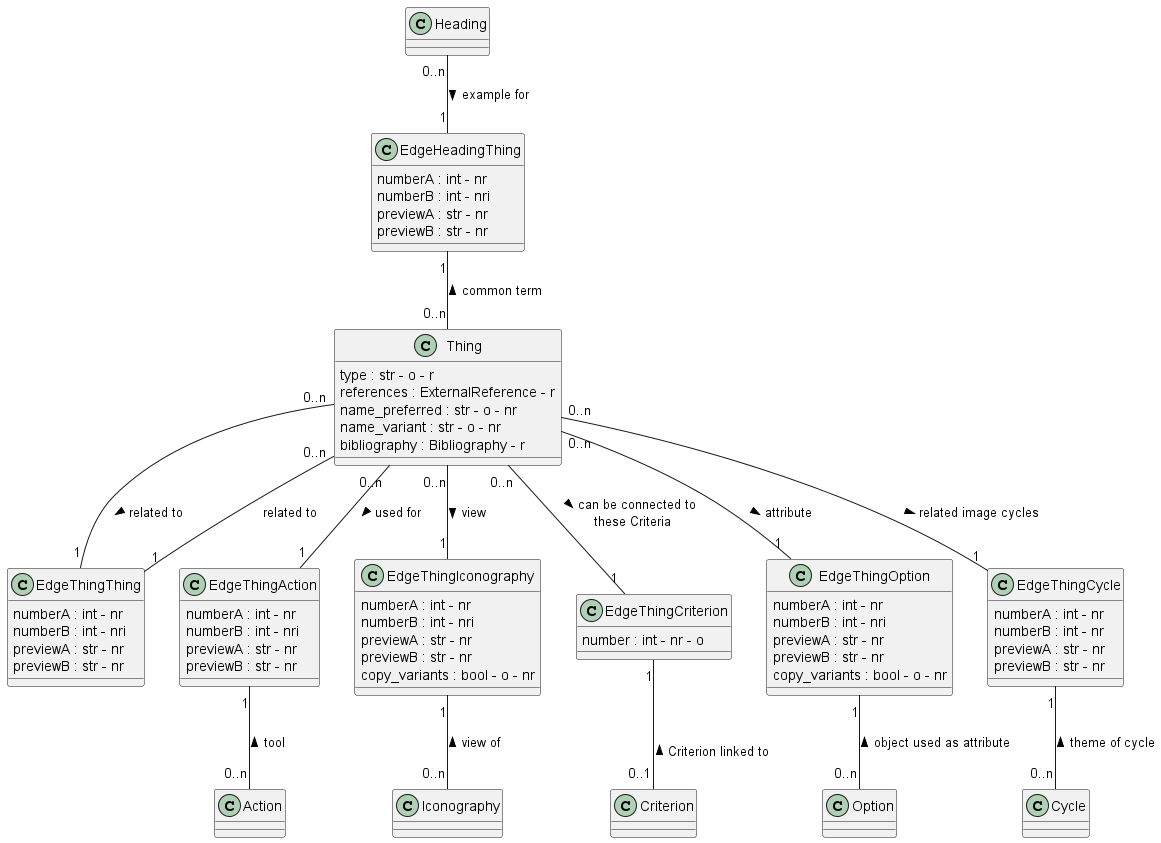
Earlier version of the PlantUML export documentation/class_diagrams/Thing.png (tmasch/bpf_be).
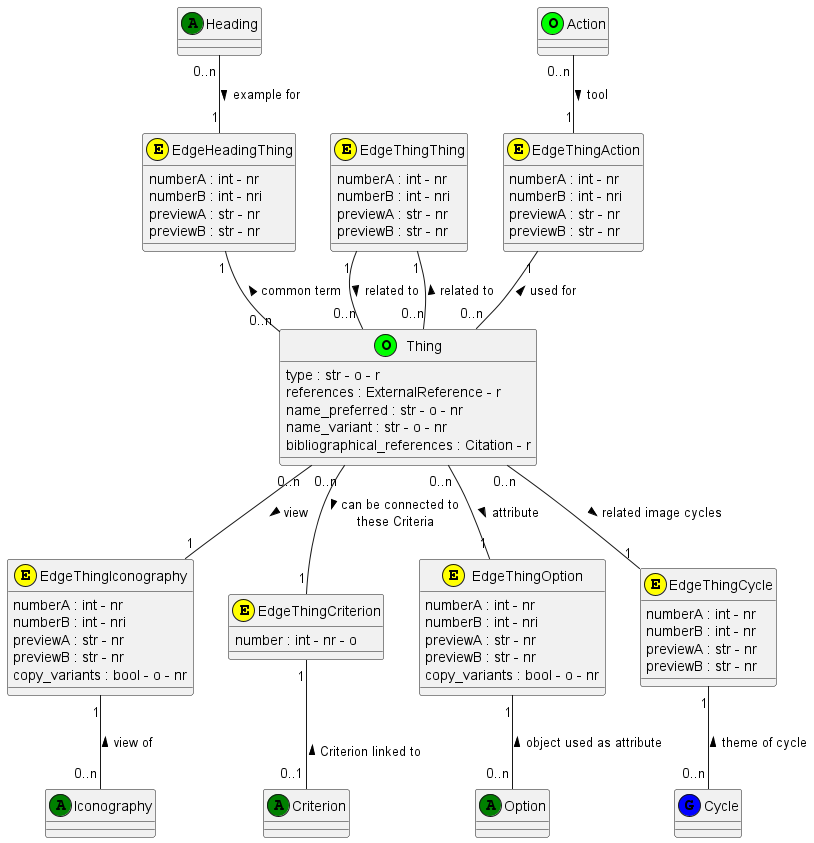
Above is the later version.

Diff of the diagram source:
```diff
@@ -1,61 +1,61 @@
 @startuml Thing
 
-class Thing
+class Thing <<(O,lime)>>
 Thing : type : str - o - r
 Thing : references : ExternalReference - r
 Thing : name_preferred : str - o - nr
 Thing : name_variant : str - o - nr
-Thing : bibliography : Bibliography - r
+Thing : bibliographical_references : Citation - r
 
-class Action
+class Action <<(O,lime)>>
 
-class Heading
+class Heading <<(A,green)>>
 
-class Iconography
+class Iconography <<(A,green)>>
 
-class Criterion
+class Criterion <<(A,green)>>
 
-class Option
+class Option <<(A,green)>>
 
-class Cycle
+class Cycle <<(G,blue)>>
 
-class EdgeHeadingThing
+class EdgeHeadingThing <<(E,yellow)>>
 EdgeHeadingThing : numberA : int - nr
 EdgeHeadingThing : numberB : int - nri
 EdgeHeadingThing : previewA : str - nr
 EdgeHeadingThing : previewB : str - nr
 
-class EdgeThingThing
+class EdgeThingThing <<(E,yellow)>>
 EdgeThingThing : numberA : int - nr
 EdgeThingThing : numberB : int - nri
 EdgeThingThing : previewA : str - nr
 EdgeThingThing : previewB : str - nr
 
-class EdgeThingAction
+class EdgeThingAction <<(E,yellow)>>
 EdgeThingAction : numberA : int - nr
 EdgeThingAction : numberB : int - nri
 EdgeThingAction : previewA : str - nr
 EdgeThingAction : previewB : str - nr
 
-class EdgeThingIconography
+class EdgeThingIconography <<(E,yellow)>>
 EdgeThingIconography : numberA : int - nr
 EdgeThingIconography : numberB : int - nri
 EdgeThingIconography : previewA : str - nr
 EdgeThingIconography : previewB : str - nr
 EdgeThingIconography : copy_variants : bool - o - nr
 
-class EdgeThingCriterion
+class EdgeThingCriterion <<(E,yellow)>>
 EdgeThingCriterion : number : int - nr - o
 
 
-class EdgeThingOption
+class EdgeThingOption <<(E,yellow)>>
 EdgeThingOption : numberA : int - nr
 EdgeThingOption : numberB : int - nri
 EdgeThingOption : previewA : str - nr
 EdgeThingOption : previewB : str - nr
 EdgeThingOption : copy_variants : bool - o - nr
 
-class EdgeThingCycle
+class EdgeThingCycle <<(E,yellow)>>
 EdgeThingCycle : numberA : int - nr
 EdgeThingCycle : numberB : int - nr
 EdgeThingCycle : previewA : str - nr
@@ -64,11 +64,11 @@
 Heading "0..n" -- "1" EdgeHeadingThing: example for >
 EdgeHeadingThing "1" -- "0..n" Thing: common term <
 
-Thing "0..n" -- "1" EdgeThingThing : related to >
-EdgeThingThing "1" -- "0..n" Thing : related to
+EdgeThingThing "1" -- "0..n" Thing : related to >
+EdgeThingThing "1" -- "0..n" Thing : related to <
 
-Thing "0..n" -- "1" EdgeThingAction: used for >
-EdgeThingAction "1" -- "0..n" Action: tool <
+Action "0..n" -- "1" EdgeThingAction: tool >
+EdgeThingAction "1" -- "0..n" Thing: used for <
 
 Thing "0..n" -- "1" EdgeThingIconography : view >
 EdgeThingIconography "1" -- "0..n" Iconography : view of <
```
